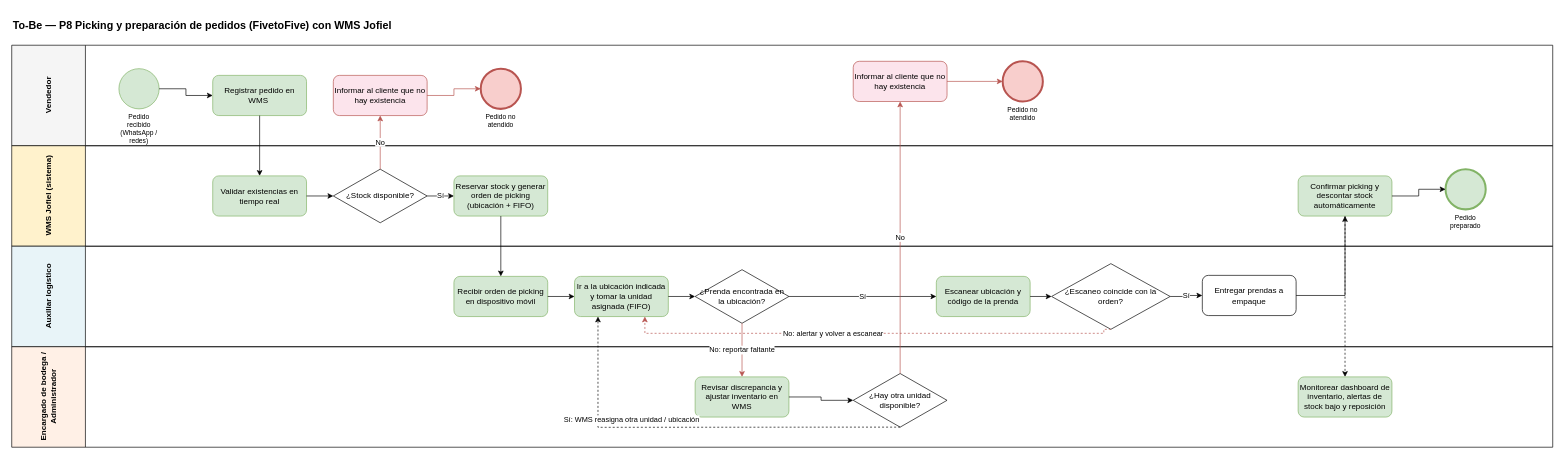
This is Clase 04 - Diseño del proceso futuro To-Be/To-be.drawio from MiguelAngelTorresCastrillon/DSE, a draw.io file, before an edit. Source tidied: cells renumbered, new cells numbered last; positions are measured from the earlier drawing's top-left corner, leaving out a move shared by most shapes. Both pictures are drawn from the tidied source at 67%, with x=0, y=0 at pixel (11, 11).
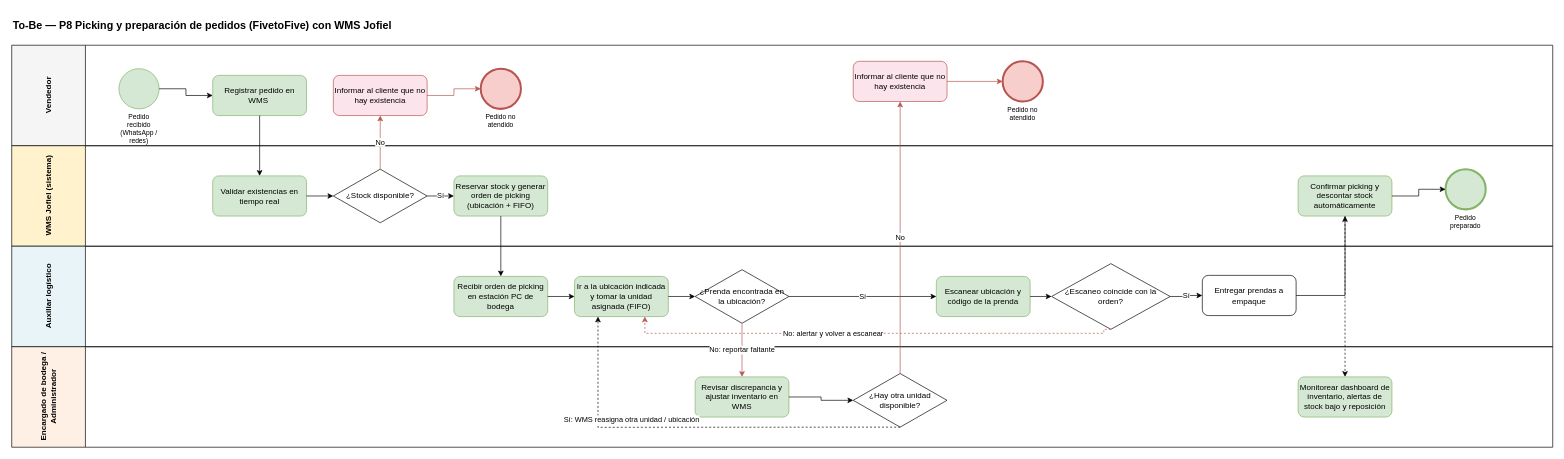
The same page after the edit.

Commit message:
Corregir etiqueta del To-Be: estación PC de bodega (D7, R9)

The change refers to these unchanged cells:
```xml
<mxCell id="16" value="Auxiliar logístico" style="swimlane;horizontal=0;startSize=110;fillColor=#e8f4f8;html=1;" parent="1" vertex="1">
  <mxGeometry y="350" width="2300" height="150" as="geometry" />
</mxCell>
```

Change to the diagram source:
```diff
@@
-    <mxCell id="17" value="Recibir orden de picking en dispositivo móvil" style="rounded=1;whiteSpace=wrap;html=1;fillColor=#d5e8d4;strokeColor=#82b366;" parent="16" vertex="1">
+    <mxCell id="17" value="Recibir orden de picking en estación PC de bodega" style="rounded=1;whiteSpace=wrap;html=1;fillColor=#d5e8d4;strokeColor=#82b366;" parent="16" vertex="1">
       <mxGeometry x="660" y="45" width="140" height="60" as="geometry" />
     </mxCell>
```
